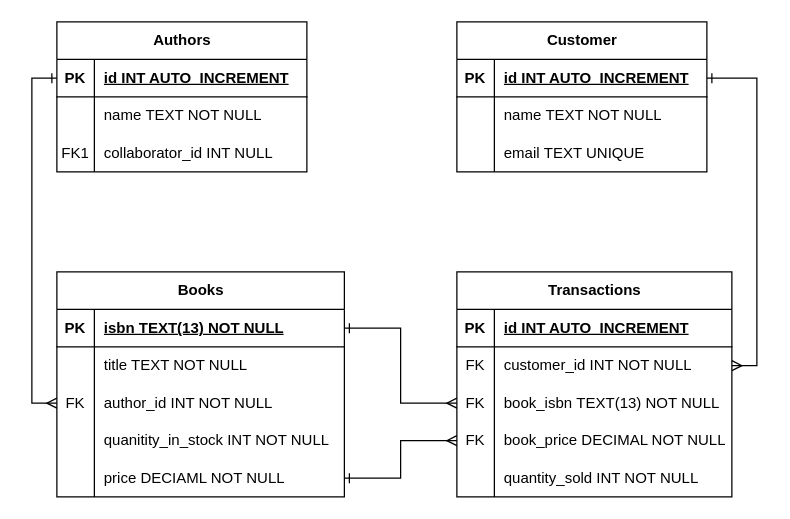
Above: Question 1 Task 2.drawio in markoagidej/Database-Fundamentals (draw.io), before the change. Source tidied: cells renumbered, new cells numbered last; positions are measured from the earlier drawing's top-left corner, leaving out a move shared by most shapes. Both pictures are drawn from the tidied source at 125%, with x=0, y=0 at pixel (56, 21).
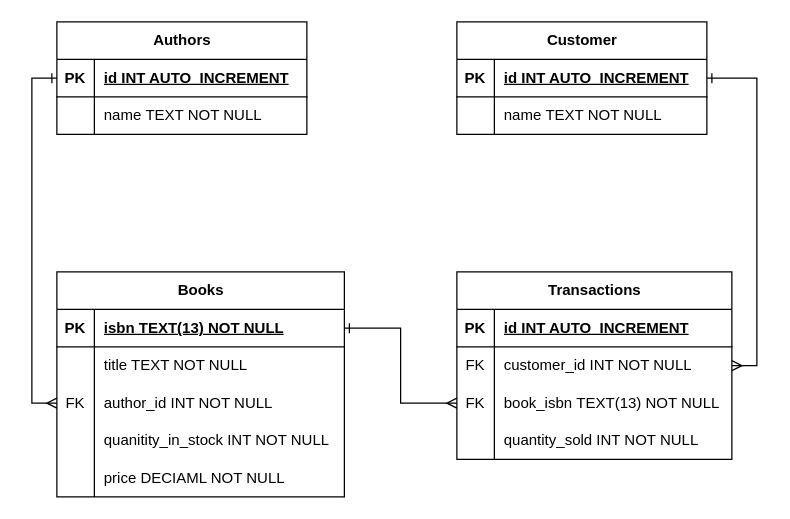
The same page after the edit.

Unchanged cells that the change refers to:
```xml
<mxCell id="15" style="shape=tableRow;horizontal=0;startSize=0;swimlaneHead=0;swimlaneBody=0;fillColor=none;points=[[0,0.5],[1,0.5]];portConstraint=eastwest;top=0;left=0;right=0;bottom=0;" parent="2" vertex="1">
  <mxGeometry y="150" width="230" height="30" as="geometry" />
</mxCell>
```

Change to the diagram source:
```diff
@@
     <mxCell id="18" value="Transactions" style="shape=table;startSize=30;childLayout=tableLayout;rowLines=0;fontStyle=1;align=center;html=1;" parent="1" vertex="1">
-      <mxGeometry x="320" y="200" width="220" height="180" as="geometry" />
+      <mxGeometry x="320" y="200" width="220" height="150" as="geometry" />
     </mxCell>
@@
-    <mxCell id="28" style="shape=tableRow;horizontal=0;startSize=0;swimlaneHead=0;swimlaneBody=0;fillColor=none;points=[[0,0.5],[1,0.5]];portConstraint=eastwest;top=0;left=0;right=0;bottom=0;" parent="18" vertex="1">
-      <mxGeometry y="120" width="220" height="30" as="geometry" />
-    </mxCell>
-    <mxCell id="29" value="FK" style="shape=partialRectangle;fillColor=none;top=0;left=0;bottom=0;right=0;overflow=hidden;whiteSpace=wrap;html=1;" parent="28" vertex="1">
-      <mxGeometry width="30" height="30" as="geometry" />
-    </mxCell>
-    <mxCell id="30" value="book_price&amp;nbsp;DECIMAL NOT NULL" style="shape=partialRectangle;fillColor=none;top=0;left=0;bottom=0;right=0;align=left;spacingLeft=6;overflow=hidden;whiteSpace=wrap;html=1;" parent="28" vertex="1">
-      <mxGeometry x="30" width="190" height="30" as="geometry" />
-    </mxCell>
     <mxCell id="31" style="shape=tableRow;horizontal=0;startSize=0;swimlaneHead=0;swimlaneBody=0;fillColor=none;top=0;left=0;right=0;bottom=0;" parent="18" vertex="1">
-      <mxGeometry y="150" width="220" height="30" as="geometry" />
+      <mxGeometry y="120" width="220" height="30" as="geometry" />
     </mxCell>
@@
     <mxCell id="34" value="Customer" style="shape=table;startSize=30;childLayout=tableLayout;rowLines=0;fontStyle=1;align=center;html=1;" parent="1" vertex="1">
-      <mxGeometry x="320" width="200" height="120" as="geometry" />
+      <mxGeometry x="320" width="200" height="90" as="geometry" />
     </mxCell>
@@
-    <mxCell id="41" style="shape=tableRow;horizontal=0;startSize=0;swimlaneHead=0;swimlaneBody=0;fillColor=none;top=0;left=0;right=0;bottom=0;" parent="34" vertex="1">
-      <mxGeometry y="90" width="200" height="30" as="geometry" />
-    </mxCell>
-    <mxCell id="42" style="shape=partialRectangle;fillColor=none;top=0;left=0;bottom=0;right=0;overflow=hidden;whiteSpace=wrap;html=1;" parent="41" vertex="1">
-      <mxGeometry width="30" height="30" as="geometry" />
-    </mxCell>
-    <mxCell id="43" value="email&amp;nbsp;TEXT UNIQUE" style="shape=partialRectangle;fillColor=none;top=0;left=0;bottom=0;right=0;align=left;spacingLeft=6;overflow=hidden;whiteSpace=wrap;html=1;" parent="41" vertex="1">
-      <mxGeometry x="30" width="170" height="30" as="geometry" />
-    </mxCell>
     <mxCell id="44" value="Authors" style="shape=table;startSize=30;childLayout=tableLayout;rowLines=0;fontStyle=1;align=center;html=1;" parent="1" vertex="1">
-      <mxGeometry width="200" height="120" as="geometry" />
+      <mxGeometry width="200" height="90" as="geometry" />
     </mxCell>
@@
-    <mxCell id="51" style="shape=tableRow;horizontal=0;startSize=0;swimlaneHead=0;swimlaneBody=0;fillColor=none;top=0;left=0;right=0;bottom=0;" parent="44" vertex="1">
-      <mxGeometry y="90" width="200" height="30" as="geometry" />
-    </mxCell>
-    <mxCell id="52" value="FK1" style="shape=partialRectangle;fillColor=none;top=0;left=0;bottom=0;right=0;overflow=hidden;whiteSpace=wrap;html=1;" parent="51" vertex="1">
-      <mxGeometry width="30" height="30" as="geometry" />
-    </mxCell>
-    <mxCell id="53" value="collaborator_id INT NULL" style="shape=partialRectangle;fillColor=none;top=0;left=0;bottom=0;right=0;align=left;spacingLeft=6;overflow=hidden;whiteSpace=wrap;html=1;" parent="51" vertex="1">
-      <mxGeometry x="30" width="170" height="30" as="geometry" />
-    </mxCell>
@@
-    <mxCell id="57" style="edgeStyle=orthogonalEdgeStyle;rounded=0;jettySize=auto;html=1;exitX=1;exitY=0.5;exitDx=0;exitDy=0;entryX=0;entryY=0.5;entryDx=0;entryDy=0;startArrow=ERone;startFill=0;endArrow=ERmany;endFill=0;" parent="1" edge="1" source="15" target="28">
+    <mxCell id="57" style="edgeStyle=orthogonalEdgeStyle;rounded=0;jettySize=auto;html=1;exitX=1;exitY=0.5;exitDx=0;exitDy=0;entryX=0;entryY=0.5;entryDx=0;entryDy=0;startArrow=ERone;startFill=0;endArrow=ERmany;endFill=0;" parent="1" edge="1" source="15">
       <mxGeometry relative="1" as="geometry" />
     </mxCell>
```
